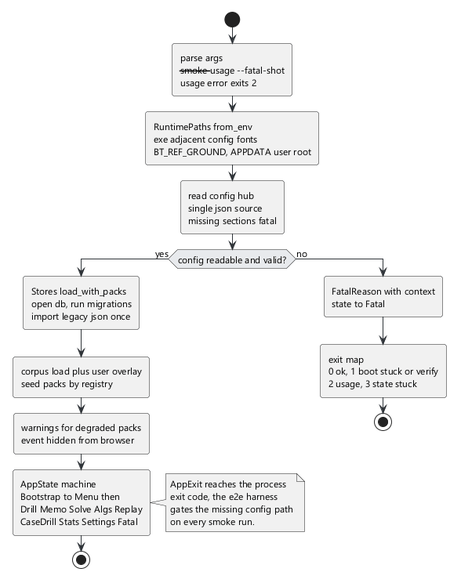
Earlier version of the PlantUML export docs/diagrams/06-app-boot.png (lavantien/blind-trainer).
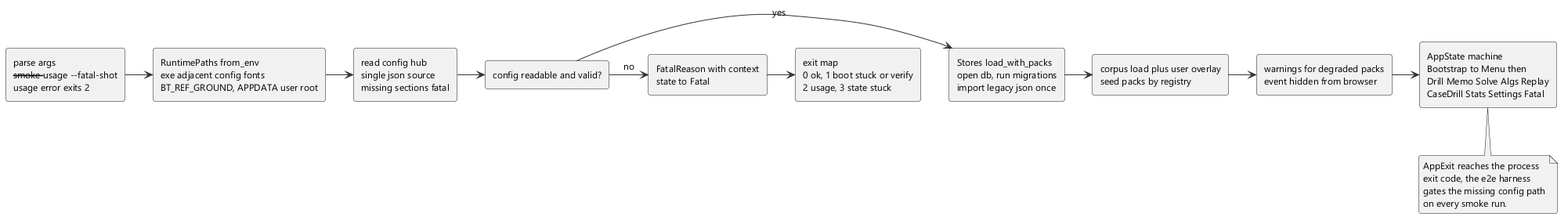
After the commit.

What changed in the source:
```diff
@@ -4,27 +4,30 @@
 skinparam defaultFontSize 12
 skinparam roundCorner 6
 skinparam ArrowColor #2f3439
-skinparam ActivityDiamondBackgroundColor #e8eaed
 skinparam NoteBackgroundColor #f4f5f6
-start
-:parse args\n--smoke --usage --fatal-shot\nusage error exits 2;
-:RuntimePaths from_env\nexe adjacent config fonts\nBT_REF_GROUND, APPDATA user root;
-:read config hub\nsingle json source\nmissing sections fatal;
-if (config readable and valid?) then (yes)
-  :Stores load_with_packs\nopen db, run migrations\nimport legacy json once;
-  :corpus load plus user overlay\nseed packs by registry;
-  :warnings for degraded packs\nevent hidden from browser;
-  :AppState machine\nBootstrap to Menu then\nDrill Memo Solve Algs Replay\nCaseDrill Stats Settings Fatal;
-  note right
-    AppExit reaches the process
-    exit code, the e2e harness
-    gates the missing config path
-    on every smoke run.
-  end note
-  stop
-else (no)
-  :FatalReason with context\nstate to Fatal;
-  :exit map\n0 ok, 1 boot stuck or verify\n2 usage, 3 state stuck;
-  stop
-endif
+rectangle "parse args\n--smoke --usage --fatal-shot\nusage error exits 2" as args
+rectangle "RuntimePaths from_env\nexe adjacent config fonts\nBT_REF_GROUND, APPDATA user root" as paths
+rectangle "read config hub\nsingle json source\nmissing sections fatal" as readcfg
+rectangle "config readable and valid?" as valid
+rectangle "Stores load_with_packs\nopen db, run migrations\nimport legacy json once" as stores
+rectangle "corpus load plus user overlay\nseed packs by registry" as corpus
+rectangle "warnings for degraded packs\nevent hidden from browser" as warnings
+rectangle "AppState machine\nBootstrap to Menu then\nDrill Memo Solve Algs Replay\nCaseDrill Stats Settings Fatal" as machine
+rectangle "FatalReason with context\nstate to Fatal" as fatal
+rectangle "exit map\n0 ok, 1 boot stuck or verify\n2 usage, 3 state stuck" as exitmap
+args -> paths
+paths -> readcfg
+readcfg -> valid
+valid -> stores : yes
+valid -> fatal : no
+stores -> corpus
+corpus -> warnings
+warnings -> machine
+fatal -> exitmap
+note bottom of machine
+  AppExit reaches the process
+  exit code, the e2e harness
+  gates the missing config path
+  on every smoke run.
+end note
 @enduml
```
